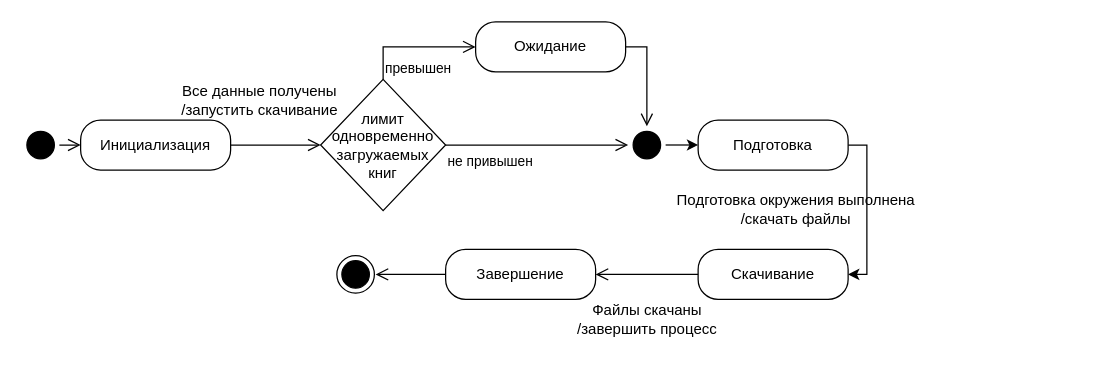
The draw.io diagram page "States" (11 of 12) of lab5/lab5.drawio in YuumiEnjoyer/OOAP, before the edit. Source tidied: cells renumbered, new cells numbered last; positions are measured from the earlier drawing's top-left corner, leaving out a move shared by most shapes. Both pictures are drawn from the tidied source at 125%, with x=0, y=0 at pixel (21, 21).
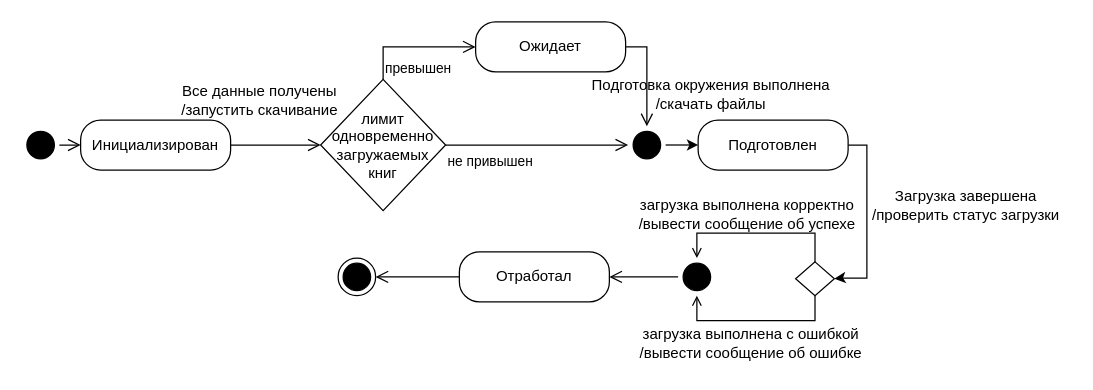
The same diagram, later.

The edit, as a diff of the source:
```diff
@@
-    <mxCell id="2" style="edgeStyle=orthogonalEdgeStyle;rounded=0;jettySize=auto;html=1;entryX=1;entryY=0.5;entryDx=0;entryDy=0;" parent="1" edge="1" source="8" target="9">
+    <mxCell id="2" style="edgeStyle=orthogonalEdgeStyle;rounded=0;jettySize=auto;html=1;entryX=1;entryY=0.5;entryDx=0;entryDy=0;" parent="1" edge="1" source="8" target="24">
       <mxGeometry relative="1" as="geometry">
         <Array as="points">
-          <mxPoint x="676" y="98.5" />
-          <mxPoint x="676" y="202" />
+          <mxPoint x="676" y="98" />
+          <mxPoint x="676" y="205" />
+          <mxPoint x="655" y="205" />
         </Array>
       </mxGeometry>
     </mxCell>
@@
-    <mxCell id="5" value="Инициализация" style="rounded=1;whiteSpace=wrap;html=1;arcSize=40;" parent="1" vertex="1">
+    <mxCell id="5" value="Инициализирован" style="rounded=1;whiteSpace=wrap;html=1;arcSize=40;" parent="1" vertex="1">
       <mxGeometry x="47" y="78.5" width="120" height="40" as="geometry" />
     </mxCell>
@@
-    <mxCell id="7" value="Ожидание" style="rounded=1;whiteSpace=wrap;html=1;arcSize=40;" parent="1" vertex="1">
+    <mxCell id="7" value="Ожидает" style="rounded=1;whiteSpace=wrap;html=1;arcSize=40;" parent="1" vertex="1">
       <mxGeometry x="363" width="120" height="40" as="geometry" />
     </mxCell>
-    <mxCell id="8" value="Подготовка" style="rounded=1;whiteSpace=wrap;html=1;arcSize=40;" parent="1" vertex="1">
+    <mxCell id="8" value="Подготовлен" style="rounded=1;whiteSpace=wrap;html=1;arcSize=40;" parent="1" vertex="1">
       <mxGeometry x="541" y="78.5" width="120" height="40" as="geometry" />
     </mxCell>
-    <mxCell id="9" value="Скачивание" style="rounded=1;whiteSpace=wrap;html=1;arcSize=40;" parent="1" vertex="1">
-      <mxGeometry x="541" y="182" width="120" height="40" as="geometry" />
-    </mxCell>
-    <mxCell id="10" value="Завершение" style="rounded=1;whiteSpace=wrap;html=1;arcSize=40;" parent="1" vertex="1">
-      <mxGeometry x="339" y="182" width="120" height="40" as="geometry" />
-    </mxCell>
@@
-    <mxCell id="17" style="edgeStyle=orthogonalEdgeStyle;html=1;verticalAlign=bottom;endArrow=open;endSize=8;rounded=0;exitX=0;exitY=0.5;exitDx=0;exitDy=0;entryX=1;entryY=0.5;entryDx=0;entryDy=0;" parent="1" edge="1" source="9" target="10">
-      <mxGeometry relative="1" as="geometry" />
-    </mxCell>
-    <mxCell id="18" style="edgeStyle=orthogonalEdgeStyle;html=1;verticalAlign=bottom;endArrow=open;endSize=8;rounded=0;exitX=0;exitY=0.5;exitDx=0;exitDy=0;entryX=1;entryY=0.5;entryDx=0;entryDy=0;" parent="1" edge="1" source="10">
-      <mxGeometry relative="1" as="geometry">
-        <mxPoint x="283" y="202" as="targetPoint" />
-      </mxGeometry>
+    <mxCell id="18" style="edgeStyle=orthogonalEdgeStyle;html=1;verticalAlign=bottom;endArrow=open;endSize=8;rounded=0;exitX=0;exitY=0.5;exitDx=0;exitDy=0;entryX=1;entryY=0.5;entryDx=0;entryDy=0;" parent="1" edge="1" source="25" target="19">
+      <mxGeometry relative="1" as="geometry" />
     </mxCell>
     <mxCell id="19" style="ellipse;html=1;shape=endState;fillColor=#000000;" parent="1" vertex="1">
-      <mxGeometry x="252" y="187" width="30" height="30" as="geometry" />
+      <mxGeometry x="253" y="189" width="30" height="30" as="geometry" />
     </mxCell>
@@
     <mxCell id="21" value="Подготовка окружения выполнена&lt;div&gt;/&lt;span style=&quot;background-color: transparent; color: light-dark(rgb(0, 0, 0), rgb(255, 255, 255));&quot;&gt;скачать файлы&lt;/span&gt;&lt;/div&gt;" style="text;html=1;align=center;verticalAlign=middle;strokeColor=none;fillColor=none;" parent="1" vertex="1">
-      <mxGeometry x="515" y="129" width="208" height="41" as="geometry" />
+      <mxGeometry x="447" y="37.5" width="208" height="41" as="geometry" />
     </mxCell>
-    <mxCell id="22" value="Файлы скачаны&lt;div&gt;/завершить процесс&lt;/div&gt;" style="text;html=1;align=center;verticalAlign=middle;strokeColor=none;fillColor=none;" parent="1" vertex="1">
-      <mxGeometry x="435" y="217" width="130" height="41" as="geometry" />
-    </mxCell>
+    <mxCell id="23" style="edgeStyle=orthogonalEdgeStyle;rounded=0;jettySize=auto;html=1;entryX=0.5;entryY=0;entryDx=0;entryDy=0;exitX=0.5;exitY=0;exitDx=0;exitDy=0;endArrow=open;endFill=0;" parent="1" edge="1" source="24" target="29">
+      <mxGeometry relative="1" as="geometry" />
+    </mxCell>
+    <mxCell id="24" style="rhombus;whiteSpace=wrap;html=1;" parent="1" vertex="1">
+      <mxGeometry x="619" y="192" width="31" height="27" as="geometry" />
+    </mxCell>
+    <mxCell id="25" value="Отработал" style="rounded=1;whiteSpace=wrap;html=1;arcSize=40;" parent="1" vertex="1">
+      <mxGeometry x="350" y="184" width="120" height="40" as="geometry" />
+    </mxCell>
+    <mxCell id="26" value="Загрузка завершена&lt;div&gt;/проверить статус загрузки&lt;/div&gt;" style="text;html=1;align=center;verticalAlign=middle;strokeColor=none;fillColor=none;" parent="1" vertex="1">
+      <mxGeometry x="671" y="126" width="168" height="41" as="geometry" />
+    </mxCell>
+    <mxCell id="27" value="загрузка выполнена корректно&lt;div&gt;/вывести сообщение об успехе&lt;/div&gt;" style="text;html=1;align=center;verticalAlign=middle;strokeColor=none;fillColor=none;" parent="1" vertex="1">
+      <mxGeometry x="484" y="133" width="191" height="41" as="geometry" />
+    </mxCell>
+    <mxCell id="28" style="edgeStyle=orthogonalEdgeStyle;rounded=0;jettySize=auto;html=1;entryX=0.5;entryY=1;entryDx=0;entryDy=0;exitX=0.5;exitY=1;exitDx=0;exitDy=0;endArrow=open;endFill=0;" parent="1" edge="1" source="24" target="29">
+      <mxGeometry relative="1" as="geometry" />
+    </mxCell>
+    <mxCell id="29" style="ellipse;html=1;shape=startState;fillColor=#000000;" parent="1" vertex="1">
+      <mxGeometry x="525" y="189" width="30" height="30" as="geometry" />
+    </mxCell>
+    <mxCell id="30" value="загрузка выполнена с ошибкой&lt;div&gt;/вывести сообщение об ошибке&lt;/div&gt;" style="text;html=1;align=center;verticalAlign=middle;strokeColor=none;fillColor=none;" parent="1" vertex="1">
+      <mxGeometry x="485" y="236" width="196" height="41" as="geometry" />
+    </mxCell>
+    <mxCell id="31" style="edgeStyle=orthogonalEdgeStyle;html=1;verticalAlign=bottom;endArrow=open;endSize=8;rounded=0;exitX=0;exitY=0.5;exitDx=0;exitDy=0;" parent="1" edge="1" source="29" target="25">
+      <mxGeometry relative="1" as="geometry" />
+    </mxCell>
```
